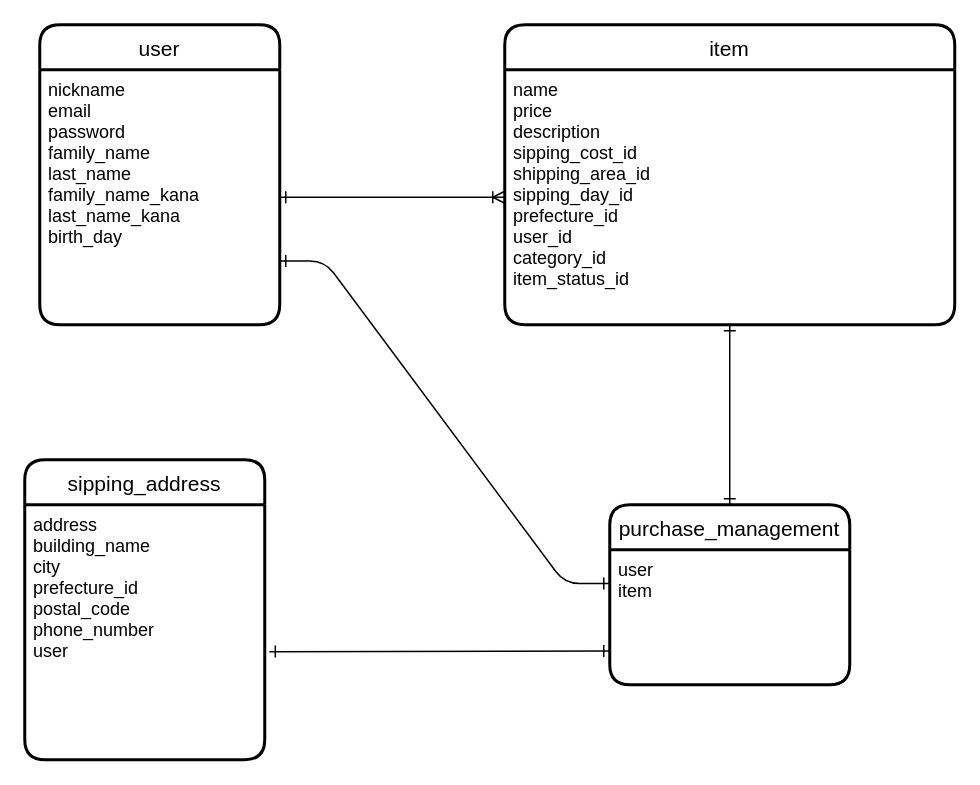
Above: furima.dio in tommy24335/furima-35566 (draw.io), before the change. Source tidied: cells renumbered, new cells numbered last; positions are measured from the earlier drawing's top-left corner, leaving out a move shared by most shapes. Both pictures are drawn from the tidied source at 150%, with x=0, y=0 at pixel (24, 24).
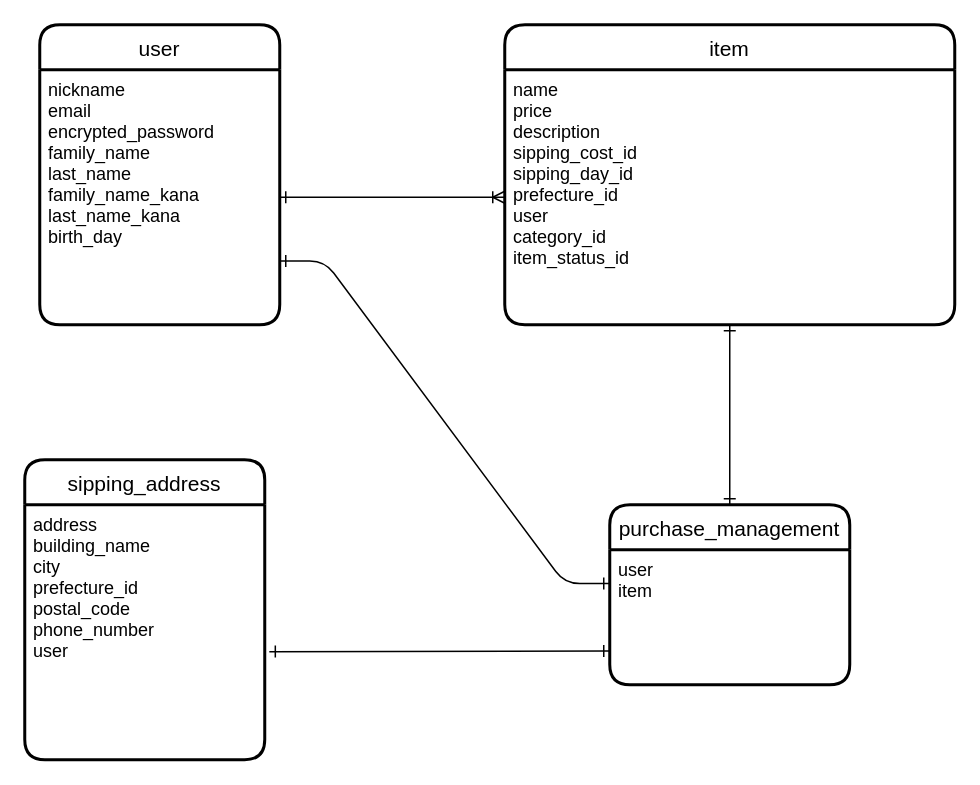
The same page after the edit.

Commit message (it also covers changes not shown here):
ER図、READMEの修正３

What changed in the source:
```diff
@@
 <mxGraphModel>
   <root>
     <mxCell id="0" />
     <mxCell id="1" parent="0" />
     <mxCell id="2" value="user" style="swimlane;horizontal=1;startSize=30;rounded=1;fontSize=14;fontStyle=0;strokeWidth=2;shadow=0;dashed=0;align=center;verticalAlign=middle;" parent="1" vertex="1">
       <mxGeometry x="10" width="160" height="200" as="geometry" />
     </mxCell>
-    <mxCell id="3" value="nickname&#10;email&#10;password&#10;family_name&#10;last_name&#10;family_name_kana&#10;last_name_kana&#10;birth_day" style="align=left;strokeColor=none;fillColor=none;spacingLeft=4;fontSize=12;verticalAlign=top;" parent="2" vertex="1">
+    <mxCell id="3" value="nickname&#10;email&#10;encrypted_password&#10;family_name&#10;last_name&#10;family_name_kana&#10;last_name_kana&#10;birth_day" style="align=left;strokeColor=none;fillColor=none;spacingLeft=4;fontSize=12;verticalAlign=top;" parent="2" vertex="1">
       <mxGeometry y="30" width="160" height="170" as="geometry" />
     </mxCell>
     <mxCell id="4" value="item" style="swimlane;horizontal=1;startSize=30;rounded=1;fontSize=14;fontStyle=0;strokeWidth=2;shadow=0;dashed=0;align=center;" parent="1" vertex="1">
       <mxGeometry x="320" width="300" height="200" as="geometry" />
     </mxCell>
-    <mxCell id="5" value="name&#10;price&#10;description&#10;sipping_cost_id&#10;shipping_area_id&#10;sipping_day_id&#10;prefecture_id&#10;user_id&#10;category_id&#10;item_status_id" style="align=left;strokeColor=none;fillColor=none;spacingLeft=4;fontSize=12;verticalAlign=top;" parent="4" vertex="1">
+    <mxCell id="5" value="name&#10;price&#10;description&#10;sipping_cost_id&#10;sipping_day_id&#10;prefecture_id&#10;user&#10;category_id&#10;item_status_id" style="align=left;strokeColor=none;fillColor=none;spacingLeft=4;fontSize=12;verticalAlign=top;" parent="4" vertex="1">
       <mxGeometry y="30" width="300" height="170" as="geometry" />
     </mxCell>
     <mxCell id="6" style="edgeStyle=entityRelationEdgeStyle;fontSize=12;html=1;endArrow=ERoneToMany;startArrow=ERone;entryX=0;entryY=0.5;entryDx=0;entryDy=0;exitX=1;exitY=0.5;exitDx=0;exitDy=0;startFill=0;endFill=0;" parent="1" edge="1" source="3" target="5">
       <mxGeometry relative="1" as="geometry" />
     </mxCell>
     <mxCell id="7" value="sipping_address" style="swimlane;horizontal=1;startSize=30;rounded=1;fontSize=14;fontStyle=0;strokeWidth=2;shadow=0;dashed=0;align=center;" parent="1" vertex="1">
       <mxGeometry y="290" width="160" height="200" as="geometry" />
     </mxCell>
     <mxCell id="8" value="address&#10;building_name&#10;city&#10;prefecture_id&#10;postal_code&#10;phone_number&#10;user" style="align=left;strokeColor=none;fillColor=none;spacingLeft=4;fontSize=12;verticalAlign=top;" parent="7" vertex="1">
       <mxGeometry y="30" width="160" height="170" as="geometry" />
     </mxCell>
     <mxCell id="9" value="purchase_management" style="swimlane;horizontal=1;startSize=30;rounded=1;fontSize=14;fontStyle=0;strokeWidth=2;shadow=0;dashed=0;align=center;" parent="1" vertex="1">
       <mxGeometry x="390" y="320" width="160" height="120" as="geometry" />
     </mxCell>
     <mxCell id="10" value="user&#10;item" style="align=left;strokeColor=none;fillColor=none;spacingLeft=4;fontSize=12;verticalAlign=top;" parent="9" vertex="1">
       <mxGeometry y="30" width="160" height="90" as="geometry" />
     </mxCell>
     <mxCell id="11" style="fontSize=12;html=1;endArrow=ERone;endFill=0;exitX=0.5;exitY=0;exitDx=0;exitDy=0;entryX=0.5;entryY=1;entryDx=0;entryDy=0;startArrow=ERone;startFill=0;" parent="1" edge="1" source="9" target="5">
       <mxGeometry relative="1" as="geometry" />
     </mxCell>
     <mxCell id="12" style="edgeStyle=entityRelationEdgeStyle;fontSize=12;html=1;endArrow=ERone;endFill=0;exitX=0;exitY=0.25;exitDx=0;exitDy=0;entryX=1;entryY=0.75;entryDx=0;entryDy=0;startArrow=ERone;startFill=0;" parent="1" edge="1" source="10" target="3">
       <mxGeometry relative="1" as="geometry" />
     </mxCell>
     <mxCell id="13" style="fontSize=12;html=1;endArrow=ERone;endFill=1;entryX=0;entryY=0.75;entryDx=0;entryDy=0;exitX=1.019;exitY=0.576;exitDx=0;exitDy=0;exitPerimeter=0;startArrow=ERone;startFill=0;" parent="1" edge="1" source="8" target="10">
       <mxGeometry relative="1" as="geometry" />
     </mxCell>
   </root>
 </mxGraphModel>
```
